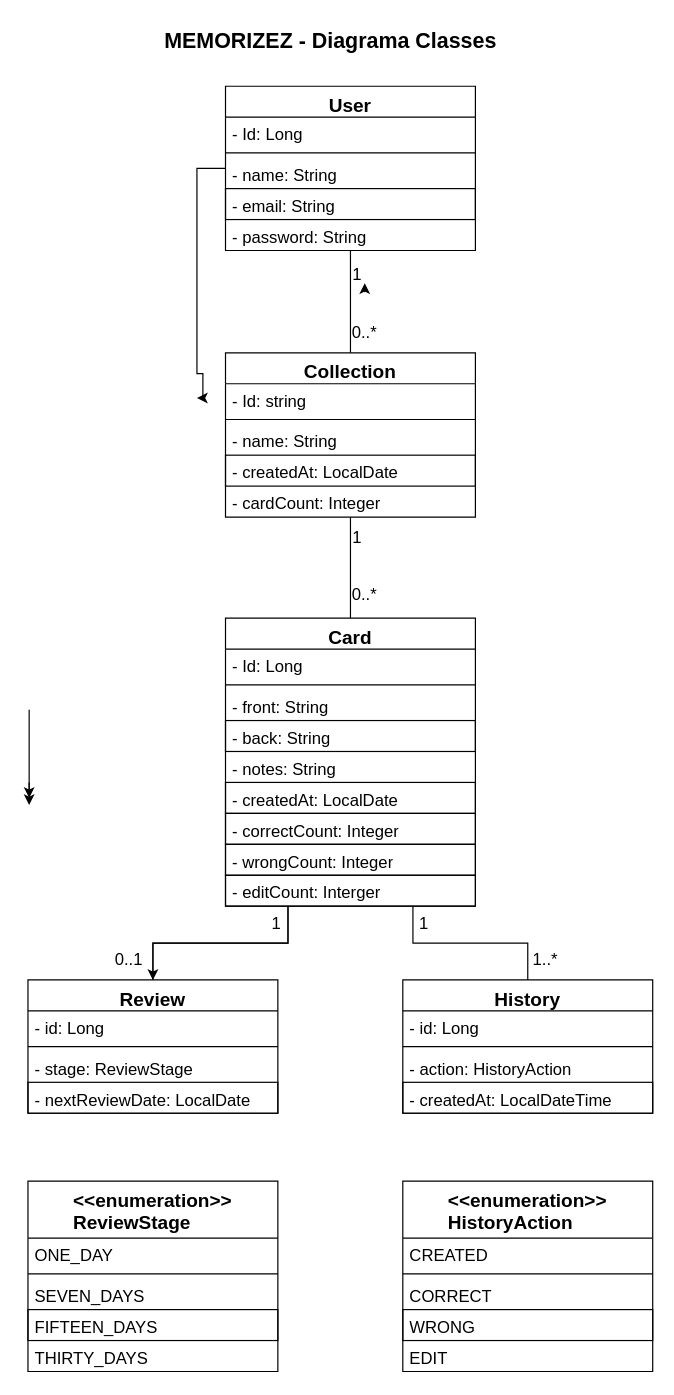
This is docs/diagrams/diagrama_classes_memorizez.drawio from IaraTassi/memorizez, a draw.io file, before an edit. Source tidied: cells renumbered, new cells numbered last; positions are measured from the earlier drawing's top-left corner, leaving out a move shared by most shapes. Both pictures are drawn from the tidied source at 119%, with x=0, y=0 at pixel (27, 20).
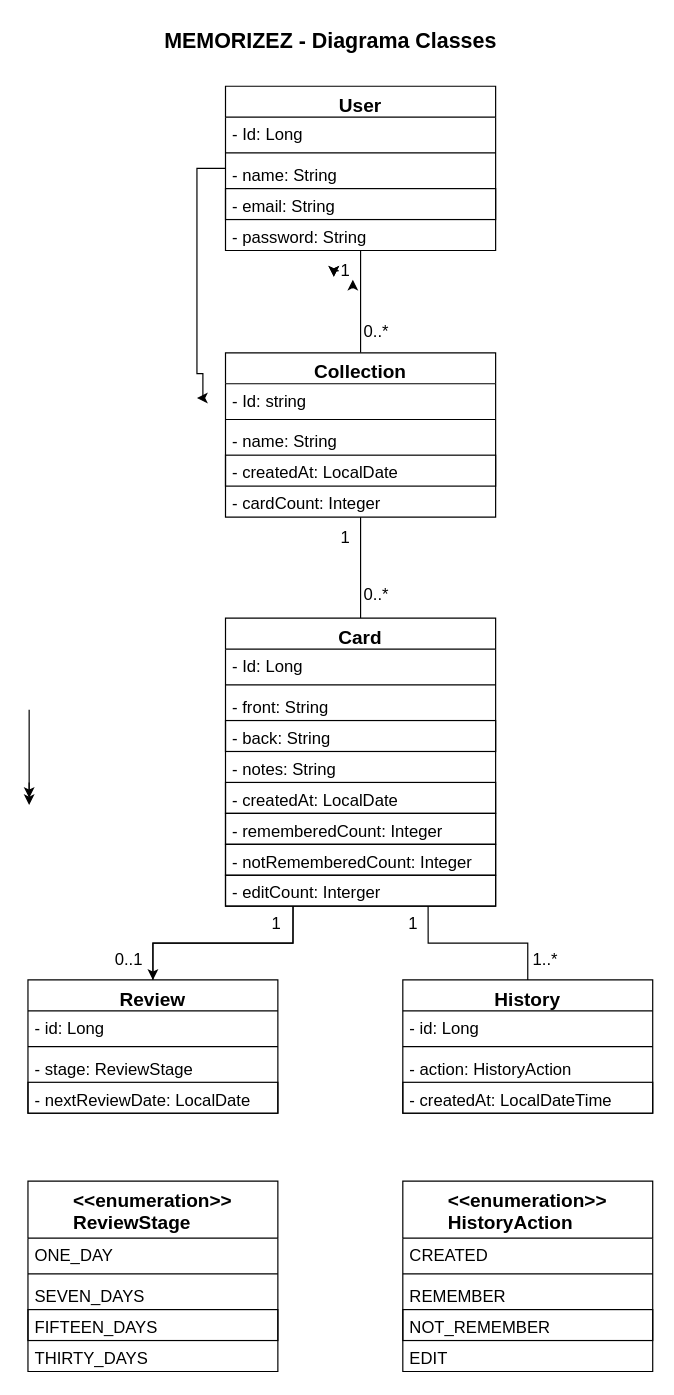
Above is the later version.

Commit message (it also covers changes not shown here):
docs: update requirements and diagrams with recent adjustments

Unchanged cells that the change refers to:
```xml
<mxCell id="50" value="&lt;font style=&quot;font-size: 16px; color: light-dark(rgb(0, 0, 0), rgb(0, 0, 0));&quot;&gt;&amp;lt;&amp;lt;enumeration&amp;gt;&amp;gt;&lt;/font&gt;&lt;div&gt;&lt;div style=&quot;text-align: left;&quot;&gt;&lt;span style=&quot;color: light-dark(rgb(0, 0, 0), rgb(0, 0, 0)); font-size: 16px; background-color: transparent;&quot;&gt;HistoryAction&lt;/span&gt;&lt;/div&gt;&lt;div&gt;&lt;font style=&quot;font-size: 16px; color: light-dark(rgb(0, 0, 0), rgb(0, 0, 0));&quot;&gt;&lt;br&gt;&lt;/font&gt;&lt;/div&gt;&lt;/div&gt;" style="swimlane;fontStyle=1;align=center;verticalAlign=top;horizontal=1;startSize=48;whiteSpace=wrap;html=1;fillColor=light-dark(#FFFFFF,#E6E6E6);swimlaneFillColor=none;strokeColor=light-dark(#000000,#000000);" parent="1" vertex="1">
  <mxGeometry x="315" y="975" width="210" height="160" as="geometry" />
</mxCell>
```

Diff of the diagram source:
```diff
@@
     <mxCell id="4" value="&lt;font style=&quot;font-size: 16px; color: light-dark(rgb(0, 0, 0), rgb(0, 0, 0));&quot;&gt;User&lt;/font&gt;" style="swimlane;fontStyle=1;align=center;verticalAlign=top;horizontal=1;startSize=26;whiteSpace=wrap;html=1;fillColor=light-dark(#FFFFFF,#E6E6E6);swimlaneFillColor=none;strokeColor=light-dark(#000000,#000000);" parent="1" vertex="1">
-      <mxGeometry x="166" y="55" width="210" height="138" as="geometry" />
+      <mxGeometry x="166" y="55" width="227" height="138" as="geometry" />
     </mxCell>
     <mxCell id="5" value="&lt;font style=&quot;font-size: 14px; color: light-dark(rgb(0, 0, 0), rgb(0, 0, 0));&quot;&gt;- Id: Long&lt;/font&gt;" style="text;strokeColor=none;fillColor=none;align=left;verticalAlign=top;spacingLeft=4;spacingRight=4;overflow=hidden;whiteSpace=wrap;html=1;" parent="4" vertex="1">
-      <mxGeometry y="26" width="210" height="26" as="geometry" />
+      <mxGeometry y="26" width="227" height="26" as="geometry" />
     </mxCell>
     <mxCell id="6" style="line;strokeWidth=1;fillColor=none;align=left;verticalAlign=middle;spacingTop=-1;spacingLeft=3;spacingRight=3;labelPosition=right;strokeColor=inherit;" parent="4" vertex="1">
-      <mxGeometry y="52" width="210" height="8" as="geometry" />
+      <mxGeometry y="52" width="227" height="8" as="geometry" />
     </mxCell>
     <mxCell id="7" value="&lt;font color=&quot;#000000&quot;&gt;&lt;span style=&quot;font-size: 14px;&quot;&gt;- name: String&lt;/span&gt;&lt;/font&gt;" style="text;strokeColor=none;fillColor=none;align=left;verticalAlign=top;spacingLeft=4;spacingRight=4;overflow=hidden;whiteSpace=wrap;html=1;" parent="4" vertex="1">
-      <mxGeometry y="60" width="210" height="26" as="geometry" />
+      <mxGeometry y="60" width="227" height="26" as="geometry" />
     </mxCell>
     <mxCell id="8" value="&lt;font color=&quot;#000000&quot;&gt;&lt;span style=&quot;font-size: 14px;&quot;&gt;- email: String&lt;/span&gt;&lt;/font&gt;" style="text;strokeColor=light-dark(#000000,#000000);fillColor=none;align=left;verticalAlign=top;spacingLeft=4;spacingRight=4;overflow=hidden;whiteSpace=wrap;html=1;" parent="4" vertex="1">
-      <mxGeometry y="86" width="210" height="26" as="geometry" />
+      <mxGeometry y="86" width="227" height="26" as="geometry" />
     </mxCell>
     <mxCell id="9" value="&lt;font color=&quot;#000000&quot;&gt;&lt;span style=&quot;font-size: 14px;&quot;&gt;- password: String&lt;/span&gt;&lt;/font&gt;" style="text;strokeColor=none;fillColor=none;align=left;verticalAlign=top;spacingLeft=4;spacingRight=4;overflow=hidden;whiteSpace=wrap;html=1;" parent="4" vertex="1">
-      <mxGeometry y="112" width="210" height="26" as="geometry" />
+      <mxGeometry y="112" width="227" height="26" as="geometry" />
     </mxCell>
@@
     <mxCell id="11" value="&lt;font style=&quot;font-size: 16px; color: light-dark(rgb(0, 0, 0), rgb(0, 0, 0));&quot;&gt;Collection&lt;/font&gt;" style="swimlane;fontStyle=1;align=center;verticalAlign=top;horizontal=1;startSize=26;whiteSpace=wrap;html=1;fillColor=light-dark(#FFFFFF,#E6E6E6);swimlaneFillColor=none;strokeColor=light-dark(#000000,#000000);" parent="1" vertex="1">
-      <mxGeometry x="166" y="279" width="210" height="138" as="geometry" />
+      <mxGeometry x="166" y="279" width="227" height="138" as="geometry" />
     </mxCell>
     <mxCell id="12" value="&lt;font style=&quot;font-size: 14px; color: light-dark(rgb(0, 0, 0), rgb(0, 0, 0));&quot;&gt;- Id: string&lt;/font&gt;" style="text;strokeColor=none;fillColor=none;align=left;verticalAlign=top;spacingLeft=4;spacingRight=4;overflow=hidden;whiteSpace=wrap;html=1;" parent="11" vertex="1">
-      <mxGeometry y="26" width="210" height="26" as="geometry" />
+      <mxGeometry y="26" width="227" height="26" as="geometry" />
     </mxCell>
     <mxCell id="13" style="line;strokeWidth=1;fillColor=none;align=left;verticalAlign=middle;spacingTop=-1;spacingLeft=3;spacingRight=3;labelPosition=right;strokeColor=inherit;" parent="11" vertex="1">
-      <mxGeometry y="52" width="210" height="8" as="geometry" />
+      <mxGeometry y="52" width="227" height="8" as="geometry" />
     </mxCell>
     <mxCell id="14" value="&lt;font color=&quot;#000000&quot;&gt;&lt;span style=&quot;font-size: 14px;&quot;&gt;- name: String&lt;/span&gt;&lt;/font&gt;" style="text;strokeColor=none;fillColor=none;align=left;verticalAlign=top;spacingLeft=4;spacingRight=4;overflow=hidden;whiteSpace=wrap;html=1;" parent="11" vertex="1">
-      <mxGeometry y="60" width="210" height="26" as="geometry" />
+      <mxGeometry y="60" width="227" height="26" as="geometry" />
     </mxCell>
     <mxCell id="15" value="&lt;font color=&quot;#000000&quot;&gt;&lt;span style=&quot;font-size: 14px;&quot;&gt;- createdAt: LocalDate&amp;nbsp;&lt;/span&gt;&lt;/font&gt;" style="text;strokeColor=light-dark(#000000,#000000);fillColor=none;align=left;verticalAlign=top;spacingLeft=4;spacingRight=4;overflow=hidden;whiteSpace=wrap;html=1;" parent="11" vertex="1">
-      <mxGeometry y="86" width="210" height="26" as="geometry" />
+      <mxGeometry y="86" width="227" height="26" as="geometry" />
     </mxCell>
     <mxCell id="16" value="&lt;font color=&quot;#000000&quot;&gt;&lt;span style=&quot;font-size: 14px;&quot;&gt;- cardCount: Integer&amp;nbsp;&lt;/span&gt;&lt;/font&gt;" style="text;strokeColor=none;fillColor=none;align=left;verticalAlign=top;spacingLeft=4;spacingRight=4;overflow=hidden;whiteSpace=wrap;html=1;" parent="11" vertex="1">
-      <mxGeometry y="112" width="210" height="26" as="geometry" />
+      <mxGeometry y="112" width="227" height="26" as="geometry" />
     </mxCell>
@@
     <mxCell id="20" value="&lt;font style=&quot;font-size: 16px; color: light-dark(rgb(0, 0, 0), rgb(0, 0, 0));&quot;&gt;Card&lt;/font&gt;" style="swimlane;fontStyle=1;align=center;verticalAlign=top;horizontal=1;startSize=26;whiteSpace=wrap;html=1;fillColor=light-dark(#FFFFFF,#E6E6E6);swimlaneFillColor=none;strokeColor=light-dark(#000000,#000000);" parent="1" vertex="1">
-      <mxGeometry x="166" y="502" width="210" height="242" as="geometry" />
+      <mxGeometry x="166" y="502" width="227" height="242" as="geometry" />
     </mxCell>
     <mxCell id="21" value="&lt;font style=&quot;font-size: 14px; color: light-dark(rgb(0, 0, 0), rgb(0, 0, 0));&quot;&gt;- Id: Long&lt;/font&gt;" style="text;strokeColor=none;fillColor=none;align=left;verticalAlign=top;spacingLeft=4;spacingRight=4;overflow=hidden;whiteSpace=wrap;html=1;" parent="20" vertex="1">
-      <mxGeometry y="26" width="210" height="26" as="geometry" />
+      <mxGeometry y="26" width="227" height="26" as="geometry" />
     </mxCell>
     <mxCell id="22" style="line;strokeWidth=1;fillColor=none;align=left;verticalAlign=middle;spacingTop=-1;spacingLeft=3;spacingRight=3;labelPosition=right;strokeColor=inherit;" parent="20" vertex="1">
-      <mxGeometry y="52" width="210" height="8" as="geometry" />
+      <mxGeometry y="52" width="227" height="8" as="geometry" />
     </mxCell>
     <mxCell id="23" value="&lt;font color=&quot;#000000&quot;&gt;&lt;span style=&quot;font-size: 14px;&quot;&gt;- front: String&lt;/span&gt;&lt;/font&gt;" style="text;strokeColor=none;fillColor=none;align=left;verticalAlign=top;spacingLeft=4;spacingRight=4;overflow=hidden;whiteSpace=wrap;html=1;" parent="20" vertex="1">
-      <mxGeometry y="60" width="210" height="26" as="geometry" />
+      <mxGeometry y="60" width="227" height="26" as="geometry" />
     </mxCell>
     <mxCell id="24" value="&lt;font color=&quot;#000000&quot;&gt;&lt;span style=&quot;font-size: 14px;&quot;&gt;- back: String&lt;/span&gt;&lt;/font&gt;" style="text;strokeColor=light-dark(#000000,#000000);fillColor=none;align=left;verticalAlign=top;spacingLeft=4;spacingRight=4;overflow=hidden;whiteSpace=wrap;html=1;" parent="20" vertex="1">
-      <mxGeometry y="86" width="210" height="26" as="geometry" />
+      <mxGeometry y="86" width="227" height="26" as="geometry" />
     </mxCell>
     <mxCell id="25" value="&lt;font color=&quot;#000000&quot;&gt;&lt;span style=&quot;font-size: 14px;&quot;&gt;- notes: String&lt;/span&gt;&lt;/font&gt;" style="text;strokeColor=none;fillColor=none;align=left;verticalAlign=top;spacingLeft=4;spacingRight=4;overflow=hidden;whiteSpace=wrap;html=1;" parent="20" vertex="1">
-      <mxGeometry y="112" width="210" height="26" as="geometry" />
+      <mxGeometry y="112" width="227" height="26" as="geometry" />
     </mxCell>
     <mxCell id="26" value="&lt;font color=&quot;#000000&quot;&gt;&lt;span style=&quot;font-size: 14px;&quot;&gt;- createdAt: LocalDate&lt;/span&gt;&lt;/font&gt;" style="text;strokeColor=light-dark(#000000,#000000);fillColor=none;align=left;verticalAlign=top;spacingLeft=4;spacingRight=4;overflow=hidden;whiteSpace=wrap;html=1;" parent="20" vertex="1">
-      <mxGeometry y="138" width="210" height="26" as="geometry" />
+      <mxGeometry y="138" width="227" height="26" as="geometry" />
     </mxCell>
-    <mxCell id="27" value="&lt;font color=&quot;#000000&quot;&gt;&lt;span style=&quot;font-size: 14px;&quot;&gt;- correctCount: Integer&lt;/span&gt;&lt;/font&gt;" style="text;strokeColor=light-dark(#000000,#000000);fillColor=none;align=left;verticalAlign=top;spacingLeft=4;spacingRight=4;overflow=hidden;whiteSpace=wrap;html=1;" parent="20" vertex="1">
-      <mxGeometry y="164" width="210" height="26" as="geometry" />
+    <mxCell id="27" value="&lt;font color=&quot;#000000&quot;&gt;&lt;span style=&quot;font-size: 14px;&quot;&gt;- rememberedCount: Integer&lt;/span&gt;&lt;/font&gt;" style="text;strokeColor=light-dark(#000000,#000000);fillColor=none;align=left;verticalAlign=top;spacingLeft=4;spacingRight=4;overflow=hidden;whiteSpace=wrap;html=1;" parent="20" vertex="1">
+      <mxGeometry y="164" width="227" height="26" as="geometry" />
     </mxCell>
-    <mxCell id="28" value="&lt;font color=&quot;#000000&quot;&gt;&lt;span style=&quot;font-size: 14px;&quot;&gt;- wrongCount: Integer&lt;/span&gt;&lt;/font&gt;" style="text;strokeColor=light-dark(#000000,#000000);fillColor=none;align=left;verticalAlign=top;spacingLeft=4;spacingRight=4;overflow=hidden;whiteSpace=wrap;html=1;" parent="20" vertex="1">
-      <mxGeometry y="190" width="210" height="26" as="geometry" />
+    <mxCell id="28" value="&lt;font color=&quot;#000000&quot;&gt;&lt;span style=&quot;font-size: 14px;&quot;&gt;- notRememberedCount: Integer&lt;/span&gt;&lt;/font&gt;" style="text;strokeColor=light-dark(#000000,#000000);fillColor=none;align=left;verticalAlign=top;spacingLeft=4;spacingRight=4;overflow=hidden;whiteSpace=wrap;html=1;" parent="20" vertex="1">
+      <mxGeometry y="190" width="227" height="26" as="geometry" />
     </mxCell>
     <mxCell id="29" value="&lt;font color=&quot;#000000&quot;&gt;&lt;span style=&quot;font-size: 14px;&quot;&gt;- editCount: Interger&lt;/span&gt;&lt;/font&gt;" style="text;strokeColor=light-dark(#000000,#000000);fillColor=none;align=left;verticalAlign=top;spacingLeft=4;spacingRight=4;overflow=hidden;whiteSpace=wrap;html=1;" parent="20" vertex="1">
-      <mxGeometry y="216" width="210" height="26" as="geometry" />
+      <mxGeometry y="216" width="227" height="26" as="geometry" />
     </mxCell>
@@
-    <mxCell id="53" value="&lt;font color=&quot;#000000&quot;&gt;&lt;span style=&quot;font-size: 14px;&quot;&gt;CORRECT&lt;/span&gt;&lt;/font&gt;" style="text;strokeColor=none;fillColor=none;align=left;verticalAlign=top;spacingLeft=4;spacingRight=4;overflow=hidden;whiteSpace=wrap;html=1;" parent="50" vertex="1">
+    <mxCell id="53" value="&lt;font color=&quot;#000000&quot;&gt;&lt;span style=&quot;font-size: 14px;&quot;&gt;REMEMBER&lt;/span&gt;&lt;/font&gt;" style="text;strokeColor=none;fillColor=none;align=left;verticalAlign=top;spacingLeft=4;spacingRight=4;overflow=hidden;whiteSpace=wrap;html=1;" parent="50" vertex="1">
       <mxGeometry y="82" width="210" height="26" as="geometry" />
     </mxCell>
-    <mxCell id="54" value="&lt;font color=&quot;#000000&quot;&gt;&lt;span style=&quot;font-size: 14px;&quot;&gt;WRONG&lt;/span&gt;&lt;/font&gt;" style="text;strokeColor=light-dark(#000000,#000000);fillColor=none;align=left;verticalAlign=top;spacingLeft=4;spacingRight=4;overflow=hidden;whiteSpace=wrap;html=1;" parent="50" vertex="1">
+    <mxCell id="54" value="&lt;font color=&quot;#000000&quot;&gt;&lt;span style=&quot;font-size: 14px;&quot;&gt;NOT_REMEMBER&lt;/span&gt;&lt;/font&gt;" style="text;strokeColor=light-dark(#000000,#000000);fillColor=none;align=left;verticalAlign=top;spacingLeft=4;spacingRight=4;overflow=hidden;whiteSpace=wrap;html=1;" parent="50" vertex="1">
       <mxGeometry y="108" width="210" height="26" as="geometry" />
     </mxCell>
@@
+    <mxCell id="65" style="edgeStyle=orthogonalEdgeStyle;rounded=0;jettySize=auto;html=1;exitX=0;exitY=0.5;exitDx=0;exitDy=0;" parent="1" edge="1" source="56">
+      <mxGeometry relative="1" as="geometry">
+        <mxPoint x="257" y="215" as="targetPoint" />
+      </mxGeometry>
+    </mxCell>
+    <mxCell id="66" style="edgeStyle=orthogonalEdgeStyle;rounded=0;jettySize=auto;html=1;exitX=0;exitY=0.5;exitDx=0;exitDy=0;" parent="1" edge="1" source="56">
+      <mxGeometry relative="1" as="geometry">
+        <mxPoint x="257" y="215" as="targetPoint" />
+      </mxGeometry>
+    </mxCell>
     <mxCell id="56" value="&lt;span style=&quot;color: light-dark(rgb(0, 0, 0), rgb(0, 0, 0));&quot;&gt;&lt;font style=&quot;font-size: 14px;&quot;&gt;1&lt;/font&gt;&lt;/span&gt;" style="text;html=1;whiteSpace=wrap;strokeColor=none;fillColor=none;align=center;verticalAlign=middle;rounded=0;" parent="1" vertex="1">
-      <mxGeometry x="271" y="198" width="12" height="30" as="geometry" />
+      <mxGeometry x="261" y="195" width="12" height="30" as="geometry" />
     </mxCell>
@@
     <mxCell id="58" value="&lt;span style=&quot;color: light-dark(rgb(0, 0, 0), rgb(0, 0, 0));&quot;&gt;&lt;font style=&quot;font-size: 14px;&quot;&gt;0..*&lt;/font&gt;&lt;/span&gt;" style="text;html=1;whiteSpace=wrap;strokeColor=none;fillColor=none;align=center;verticalAlign=middle;rounded=0;" parent="1" vertex="1">
-      <mxGeometry x="273" y="247" width="20" height="30" as="geometry" />
+      <mxGeometry x="283" y="246" width="20" height="30" as="geometry" />
     </mxCell>
     <mxCell id="59" value="&lt;span style=&quot;color: light-dark(rgb(0, 0, 0), rgb(0, 0, 0));&quot;&gt;&lt;font style=&quot;font-size: 14px;&quot;&gt;1&lt;/font&gt;&lt;/span&gt;" style="text;html=1;whiteSpace=wrap;strokeColor=none;fillColor=none;align=center;verticalAlign=middle;rounded=0;" parent="1" vertex="1">
-      <mxGeometry x="271" y="419" width="12" height="30" as="geometry" />
+      <mxGeometry x="261" y="419" width="12" height="30" as="geometry" />
     </mxCell>
     <mxCell id="60" value="&lt;span style=&quot;color: light-dark(rgb(0, 0, 0), rgb(0, 0, 0));&quot;&gt;&lt;font style=&quot;font-size: 14px;&quot;&gt;0..*&lt;/font&gt;&lt;/span&gt;" style="text;html=1;whiteSpace=wrap;strokeColor=none;fillColor=none;align=center;verticalAlign=middle;rounded=0;" parent="1" vertex="1">
-      <mxGeometry x="273" y="467" width="20" height="30" as="geometry" />
+      <mxGeometry x="283" y="467" width="20" height="30" as="geometry" />
     </mxCell>
     <mxCell id="61" value="&lt;span style=&quot;color: light-dark(rgb(0, 0, 0), rgb(0, 0, 0));&quot;&gt;&lt;font style=&quot;font-size: 14px;&quot;&gt;1&lt;/font&gt;&lt;/span&gt;" style="text;html=1;whiteSpace=wrap;strokeColor=none;fillColor=none;align=center;verticalAlign=middle;rounded=0;" parent="1" vertex="1">
-      <mxGeometry x="327" y="744" width="12" height="30" as="geometry" />
+      <mxGeometry x="318" y="744" width="12" height="30" as="geometry" />
     </mxCell>
```
